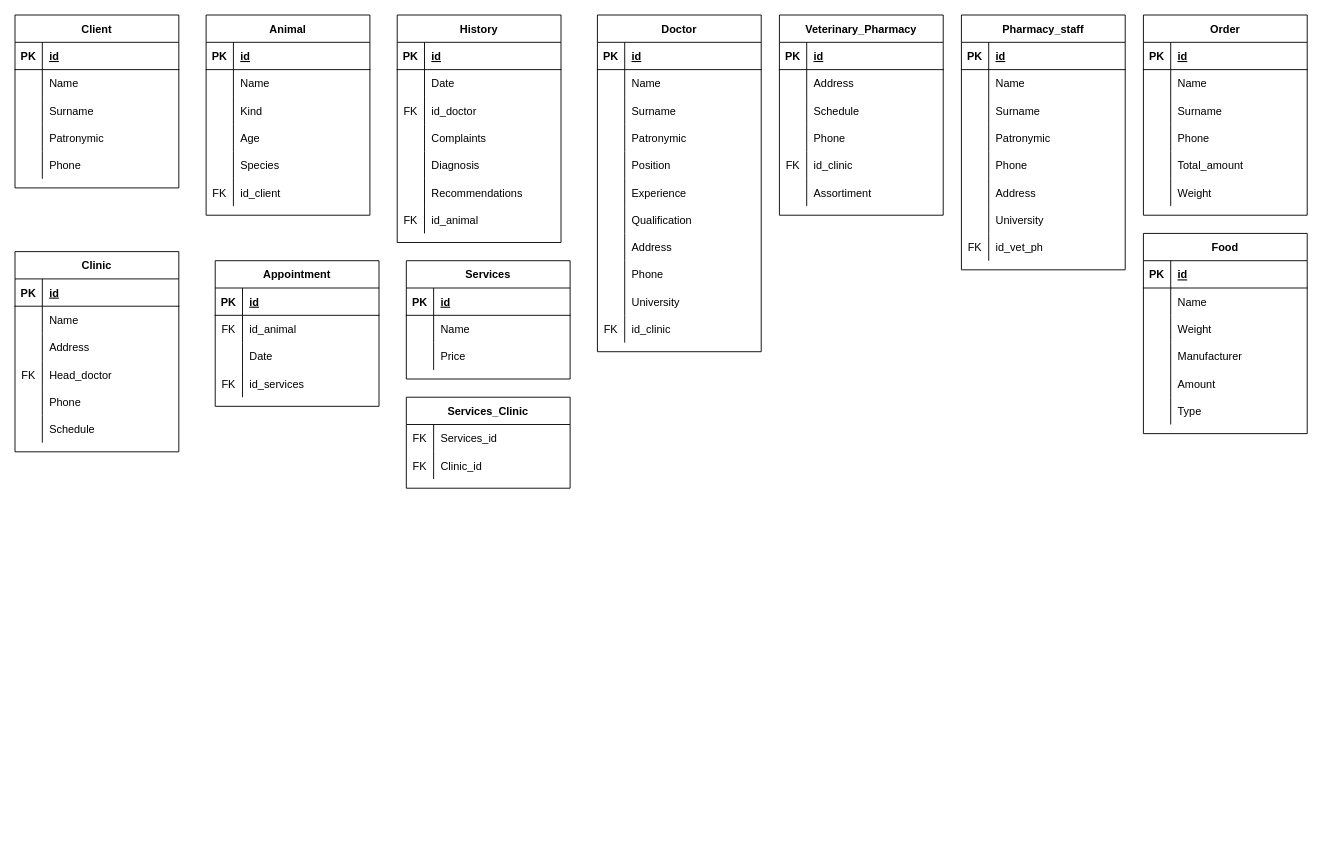
The draw.io diagram Untitled Diagram.drawio in 21shunya/vet, before the edit. Source tidied: cells renumbered, new cells numbered last; positions are measured from the earlier drawing's top-left corner, leaving out a move shared by most shapes. Both pictures are drawn from the tidied source at 91%, with x=0, y=0 at pixel (15, 15).
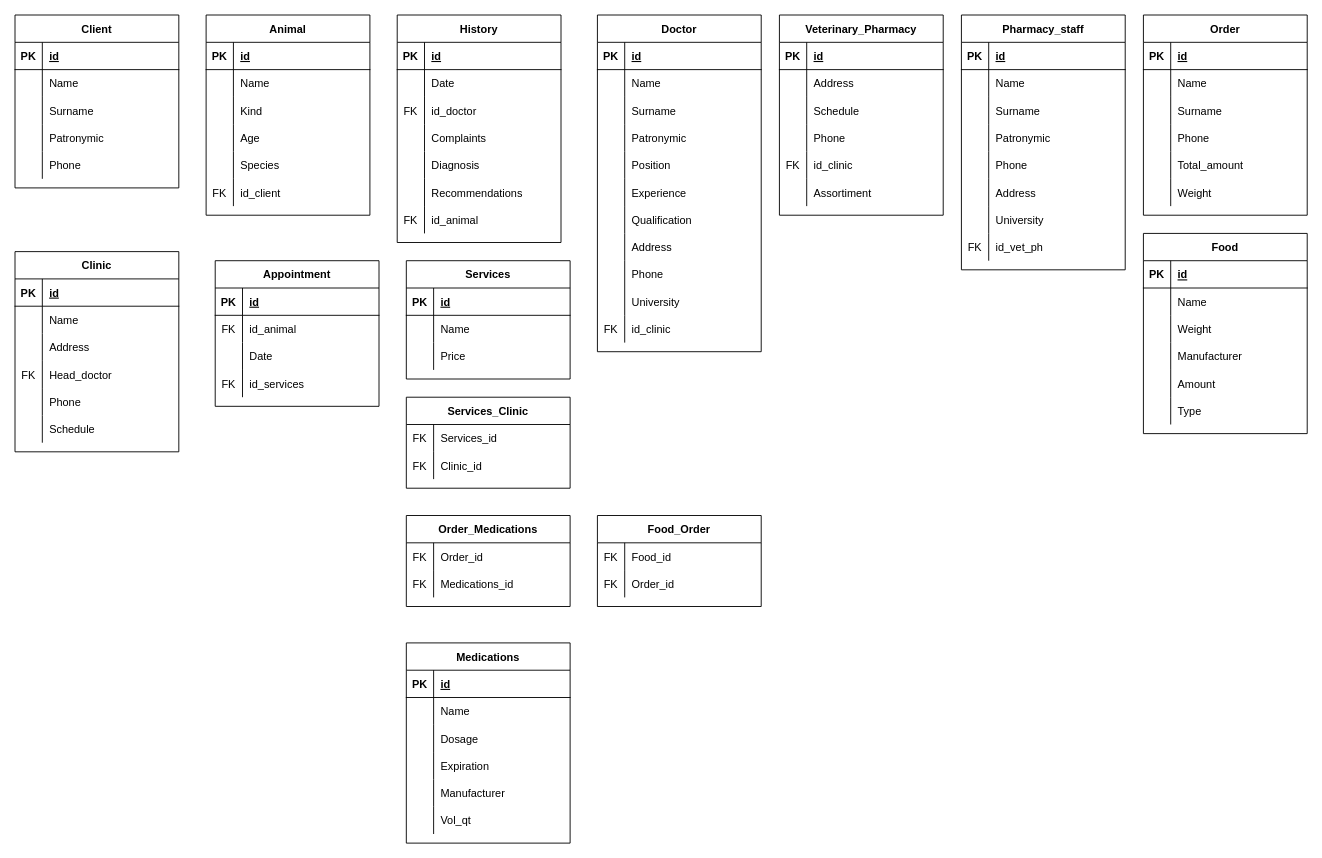
The same page after the edit.

Commit message:
Add Medications order_medications food_order.drawio

Diff of the diagram source:
```diff
@@
+    <mxCell id="224" value="Order_Medications" style="shape=table;startSize=30;childLayout=tableLayout;rowLines=0;fontStyle=1;align=center;" parent="1" vertex="1">
+      <mxGeometry x="430" y="550" width="180" height="100" as="geometry" />
+    </mxCell>
+    <mxCell id="225" style="shape=partialRectangle;fillColor=none;top=0;left=0;bottom=0;right=0;" parent="224" vertex="1">
+      <mxGeometry y="30" width="180" height="30" as="geometry" />
+    </mxCell>
+    <mxCell id="226" value="FK" style="shape=partialRectangle;fillColor=none;top=0;left=0;bottom=0;right=0;overflow=hidden;" parent="225" vertex="1">
+      <mxGeometry width="30" height="30" as="geometry" />
+    </mxCell>
+    <mxCell id="227" value="Order_id" style="shape=partialRectangle;fillColor=none;top=0;left=0;bottom=0;right=0;align=left;spacingLeft=6;overflow=hidden;" parent="225" vertex="1">
+      <mxGeometry x="30" width="150" height="30" as="geometry" />
+    </mxCell>
+    <mxCell id="228" style="shape=partialRectangle;fillColor=none;top=0;left=0;bottom=0;right=0;" parent="224" vertex="1">
+      <mxGeometry y="60" width="180" height="30" as="geometry" />
+    </mxCell>
+    <mxCell id="229" value="FK" style="shape=partialRectangle;fillColor=none;top=0;left=0;bottom=0;right=0;overflow=hidden;" parent="228" vertex="1">
+      <mxGeometry width="30" height="30" as="geometry" />
+    </mxCell>
+    <mxCell id="230" value="Medications_id" style="shape=partialRectangle;fillColor=none;top=0;left=0;bottom=0;right=0;align=left;spacingLeft=6;overflow=hidden;" parent="228" vertex="1">
+      <mxGeometry x="30" width="150" height="30" as="geometry" />
+    </mxCell>
@@
+    <mxCell id="231" value="Food_Order" style="shape=table;startSize=30;childLayout=tableLayout;rowLines=0;fontStyle=1;align=center;" parent="1" vertex="1">
+      <mxGeometry x="640" y="550" width="180" height="100" as="geometry" />
+    </mxCell>
+    <mxCell id="232" style="shape=partialRectangle;fillColor=none;top=0;left=0;bottom=0;right=0;" parent="231" vertex="1">
+      <mxGeometry y="30" width="180" height="30" as="geometry" />
+    </mxCell>
+    <mxCell id="233" value="FK" style="shape=partialRectangle;fillColor=none;top=0;left=0;bottom=0;right=0;overflow=hidden;" parent="232" vertex="1">
+      <mxGeometry width="30" height="30" as="geometry" />
+    </mxCell>
+    <mxCell id="234" value="Food_id" style="shape=partialRectangle;fillColor=none;top=0;left=0;bottom=0;right=0;align=left;spacingLeft=6;overflow=hidden;" parent="232" vertex="1">
+      <mxGeometry x="30" width="150" height="30" as="geometry" />
+    </mxCell>
+    <mxCell id="235" style="shape=partialRectangle;fillColor=none;top=0;left=0;bottom=0;right=0;" parent="231" vertex="1">
+      <mxGeometry y="60" width="180" height="30" as="geometry" />
+    </mxCell>
+    <mxCell id="236" value="FK" style="shape=partialRectangle;fillColor=none;top=0;left=0;bottom=0;right=0;overflow=hidden;" parent="235" vertex="1">
+      <mxGeometry width="30" height="30" as="geometry" />
+    </mxCell>
+    <mxCell id="237" value="Order_id" style="shape=partialRectangle;fillColor=none;top=0;left=0;bottom=0;right=0;align=left;spacingLeft=6;overflow=hidden;" parent="235" vertex="1">
+      <mxGeometry x="30" width="150" height="30" as="geometry" />
+    </mxCell>
@@
+    <mxCell id="238" value="Medications" style="shape=table;startSize=30;childLayout=tableLayout;rowLines=0;fontStyle=1;align=center;" parent="1" vertex="1">
+      <mxGeometry x="430" y="690" width="180" height="220" as="geometry" />
+    </mxCell>
+    <mxCell id="239" style="shape=partialRectangle;fillColor=none;top=0;left=0;bottom=0;right=0;" parent="238" vertex="1">
+      <mxGeometry y="30" width="180" height="30" as="geometry" />
+    </mxCell>
+    <mxCell id="240" style="shape=partialRectangle;fillColor=none;top=0;left=0;bottom=0;right=0;overflow=hidden;" parent="239" vertex="1">
+      <mxGeometry width="30" height="30" as="geometry" />
+    </mxCell>
+    <mxCell id="241" style="shape=partialRectangle;fillColor=none;top=0;left=0;bottom=0;right=0;align=left;spacingLeft=6;overflow=hidden;" parent="239" vertex="1">
+      <mxGeometry x="30" width="150" height="30" as="geometry" />
+    </mxCell>
+    <mxCell id="242" style="shape=partialRectangle;fillColor=none;top=0;left=0;bottom=0;right=0;" parent="238" vertex="1">
+      <mxGeometry y="60" width="180" height="30" as="geometry" />
+    </mxCell>
+    <mxCell id="243" style="shape=partialRectangle;fillColor=none;top=0;left=0;bottom=0;right=0;overflow=hidden;" parent="242" vertex="1">
+      <mxGeometry width="30" height="30" as="geometry" />
+    </mxCell>
+    <mxCell id="244" value="Name" style="shape=partialRectangle;fillColor=none;top=0;left=0;bottom=0;right=0;align=left;spacingLeft=6;overflow=hidden;" parent="242" vertex="1">
+      <mxGeometry x="30" width="150" height="30" as="geometry" />
+    </mxCell>
+    <mxCell id="245" style="shape=partialRectangle;fillColor=none;top=0;left=0;bottom=0;right=0;" parent="238" vertex="1">
+      <mxGeometry y="90" width="180" height="30" as="geometry" />
+    </mxCell>
+    <mxCell id="246" style="shape=partialRectangle;fillColor=none;top=0;left=0;bottom=0;right=0;overflow=hidden;" parent="245" vertex="1">
+      <mxGeometry width="30" height="30" as="geometry" />
+    </mxCell>
+    <mxCell id="247" value="Dosage" style="shape=partialRectangle;fillColor=none;top=0;left=0;bottom=0;right=0;align=left;spacingLeft=6;overflow=hidden;" parent="245" vertex="1">
+      <mxGeometry x="30" width="150" height="30" as="geometry" />
+    </mxCell>
+    <mxCell id="248" style="shape=partialRectangle;fillColor=none;top=0;left=0;bottom=0;right=0;" parent="238" vertex="1">
+      <mxGeometry y="120" width="180" height="30" as="geometry" />
+    </mxCell>
+    <mxCell id="249" style="shape=partialRectangle;fillColor=none;top=0;left=0;bottom=0;right=0;overflow=hidden;" parent="248" vertex="1">
+      <mxGeometry width="30" height="30" as="geometry" />
+    </mxCell>
+    <mxCell id="250" value="Expiration" style="shape=partialRectangle;fillColor=none;top=0;left=0;bottom=0;right=0;align=left;spacingLeft=6;overflow=hidden;" parent="248" vertex="1">
+      <mxGeometry x="30" width="150" height="30" as="geometry" />
+    </mxCell>
+    <mxCell id="251" style="shape=partialRectangle;fillColor=none;top=0;left=0;bottom=0;right=0;" parent="238" vertex="1">
+      <mxGeometry y="150" width="180" height="30" as="geometry" />
+    </mxCell>
+    <mxCell id="252" style="shape=partialRectangle;fillColor=none;top=0;left=0;bottom=0;right=0;overflow=hidden;" parent="251" vertex="1">
+      <mxGeometry width="30" height="30" as="geometry" />
+    </mxCell>
+    <mxCell id="253" value="Manufacturer" style="shape=partialRectangle;fillColor=none;top=0;left=0;bottom=0;right=0;align=left;spacingLeft=6;overflow=hidden;" parent="251" vertex="1">
+      <mxGeometry x="30" width="150" height="30" as="geometry" />
+    </mxCell>
+    <mxCell id="254" style="shape=partialRectangle;fillColor=none;top=0;left=0;bottom=0;right=0;" parent="238" vertex="1">
+      <mxGeometry y="180" width="180" height="30" as="geometry" />
+    </mxCell>
+    <mxCell id="255" style="shape=partialRectangle;fillColor=none;top=0;left=0;bottom=0;right=0;overflow=hidden;" parent="254" vertex="1">
+      <mxGeometry width="30" height="30" as="geometry" />
+    </mxCell>
+    <mxCell id="256" value="Vol_qt" style="shape=partialRectangle;fillColor=none;top=0;left=0;bottom=0;right=0;align=left;spacingLeft=6;overflow=hidden;" parent="254" vertex="1">
+      <mxGeometry x="30" width="150" height="30" as="geometry" />
+    </mxCell>
@@
+    <mxCell id="257" style="shape=partialRectangle;fillColor=none;top=0;left=0;bottom=1;right=0;" parent="1" vertex="1">
+      <mxGeometry x="430" y="720" width="180" height="30" as="geometry" />
+    </mxCell>
+    <mxCell id="258" value="PK" style="shape=partialRectangle;fillColor=none;top=0;left=0;bottom=0;right=0;fontStyle=1;overflow=hidden;" parent="257" vertex="1">
+      <mxGeometry width="30" height="30" as="geometry" />
+    </mxCell>
+    <mxCell id="259" value="id" style="shape=partialRectangle;fillColor=none;top=0;left=0;bottom=0;right=0;align=left;spacingLeft=6;fontStyle=5;overflow=hidden;" parent="257" vertex="1">
+      <mxGeometry x="30" width="150" height="30" as="geometry" />
+    </mxCell>
```
